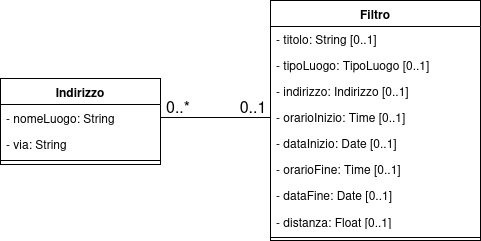
Earlier version of the draw.io export latex/images/modello-del-dominio-filtro.png (federicoporpora/studyLink). Source tidied: cells renumbered, new cells last; positions are measured from the earlier drawing's top-left corner, leaving out a move shared by most shapes.
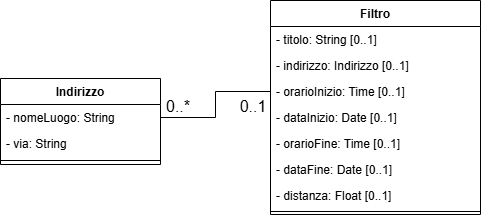
The same file after the commit.

Diff of the diagram source:
```diff
@@ -3,34 +3,31 @@
     <mxCell id="0" />
     <mxCell id="1" parent="0" />
     <mxCell id="2" value="Filtro" style="swimlane;fontStyle=1;align=center;verticalAlign=top;horizontal=1;startSize=26;whiteSpace=wrap;html=1;" parent="1" vertex="1">
-      <mxGeometry x="270" width="210" height="240" as="geometry" />
+      <mxGeometry x="270" width="210" height="214" as="geometry" />
     </mxCell>
     <mxCell id="3" value="- titolo: String [0..1]" style="text;align=left;verticalAlign=top;spacingLeft=4;spacingRight=4;overflow=hidden;" parent="2" vertex="1">
       <mxGeometry y="26" width="210" height="26" as="geometry" />
     </mxCell>
-    <mxCell id="4" value="- tipoLuogo: TipoLuogo [0..1]" style="text;align=left;verticalAlign=top;spacingLeft=4;spacingRight=4;overflow=hidden;rounded=0;shadow=0;html=0;" parent="2" vertex="1">
-      <mxGeometry y="52" width="210" height="26" as="geometry" />
-    </mxCell>
     <mxCell id="5" value="- indirizzo: Indirizzo [0..1]" style="text;align=left;verticalAlign=top;spacingLeft=4;spacingRight=4;overflow=hidden;rounded=0;shadow=0;html=0;" parent="2" vertex="1">
-      <mxGeometry y="78" width="210" height="26" as="geometry" />
+      <mxGeometry y="52" width="210" height="26" as="geometry" />
     </mxCell>
     <mxCell id="6" value="- orarioInizio: Time [0..1]" style="text;align=left;verticalAlign=top;spacingLeft=4;spacingRight=4;overflow=hidden;points=[[0,0.5],[1,0.5]];portConstraint=eastwest;rounded=0;shadow=0;html=0;" parent="2" vertex="1">
-      <mxGeometry y="104" width="210" height="26" as="geometry" />
+      <mxGeometry y="78" width="210" height="26" as="geometry" />
     </mxCell>
     <mxCell id="7" value="- dataInizio: Date [0..1]" style="text;align=left;verticalAlign=top;spacingLeft=4;spacingRight=4;overflow=hidden;rounded=0;shadow=0;html=0;" parent="2" vertex="1">
-      <mxGeometry y="130" width="210" height="26" as="geometry" />
+      <mxGeometry y="104" width="210" height="26" as="geometry" />
     </mxCell>
     <mxCell id="8" value="- orarioFine: Time [0..1]" style="text;align=left;verticalAlign=top;spacingLeft=4;spacingRight=4;overflow=hidden;rounded=0;shadow=0;html=0;" parent="2" vertex="1">
-      <mxGeometry y="156" width="210" height="26" as="geometry" />
+      <mxGeometry y="130" width="210" height="26" as="geometry" />
     </mxCell>
     <mxCell id="9" value="- dataFine: Date [0..1]" style="text;align=left;verticalAlign=top;spacingLeft=4;spacingRight=4;overflow=hidden;rounded=0;shadow=0;html=0;" parent="2" vertex="1">
-      <mxGeometry y="182" width="210" height="26" as="geometry" />
+      <mxGeometry y="156" width="210" height="26" as="geometry" />
     </mxCell>
     <mxCell id="10" value="&lt;div&gt;- distanza: Float [0..1]&lt;/div&gt;" style="text;strokeColor=none;fillColor=none;align=left;verticalAlign=top;spacingLeft=4;spacingRight=4;overflow=hidden;whiteSpace=wrap;html=1;" parent="2" vertex="1">
-      <mxGeometry y="208" width="210" height="26" as="geometry" />
+      <mxGeometry y="182" width="210" height="26" as="geometry" />
     </mxCell>
     <mxCell id="11" style="line;strokeWidth=1;fillColor=none;align=left;verticalAlign=middle;spacingTop=-1;spacingLeft=3;spacingRight=3;labelPosition=right;strokeColor=inherit;" parent="2" vertex="1">
-      <mxGeometry y="234" width="210" height="6" as="geometry" />
+      <mxGeometry y="208" width="210" height="6" as="geometry" />
     </mxCell>
     <mxCell id="12" value="Indirizzo" style="swimlane;fontStyle=1;align=center;verticalAlign=top;horizontal=1;startSize=26;whiteSpace=wrap;html=1;" parent="1" vertex="1">
       <mxGeometry y="78" width="160" height="86" as="geometry" />
```
